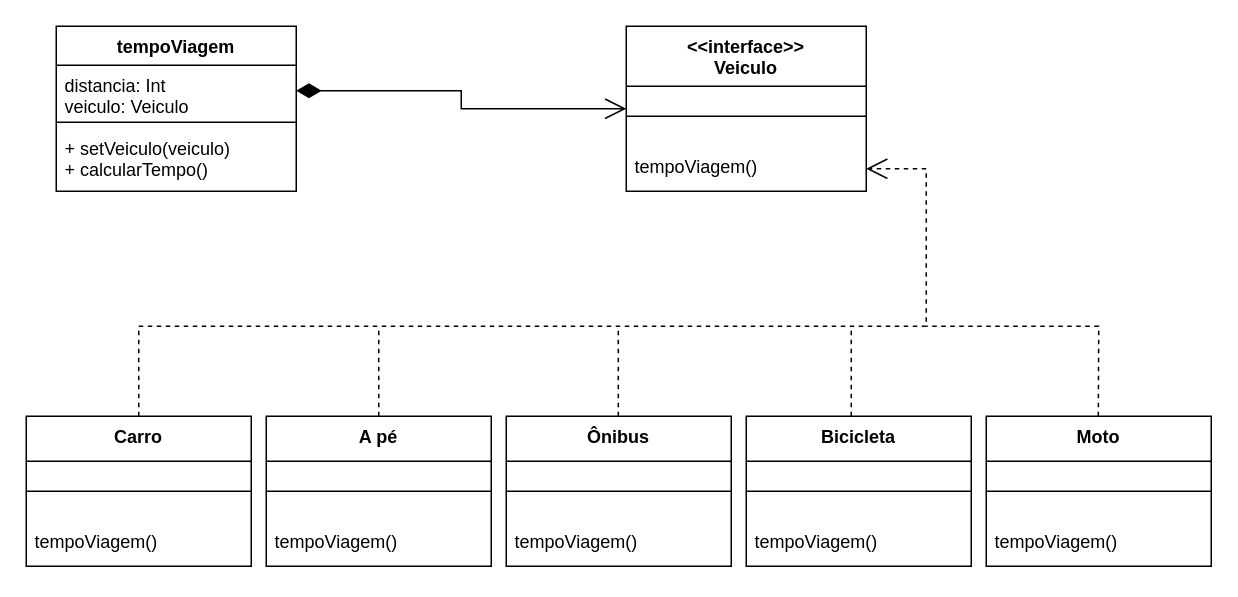
Earlier version of the draw.io diagram DesignPattern/Strategy/Diagram/Strategy.drawio (BozzanoO/Bertotti). Source tidied: cells renumbered, new cells numbered last; positions are measured from the earlier drawing's top-left corner, leaving out a move shared by most shapes. Both pictures are drawn from the tidied source at 150%, with x=0, y=0 at pixel (26, 26).
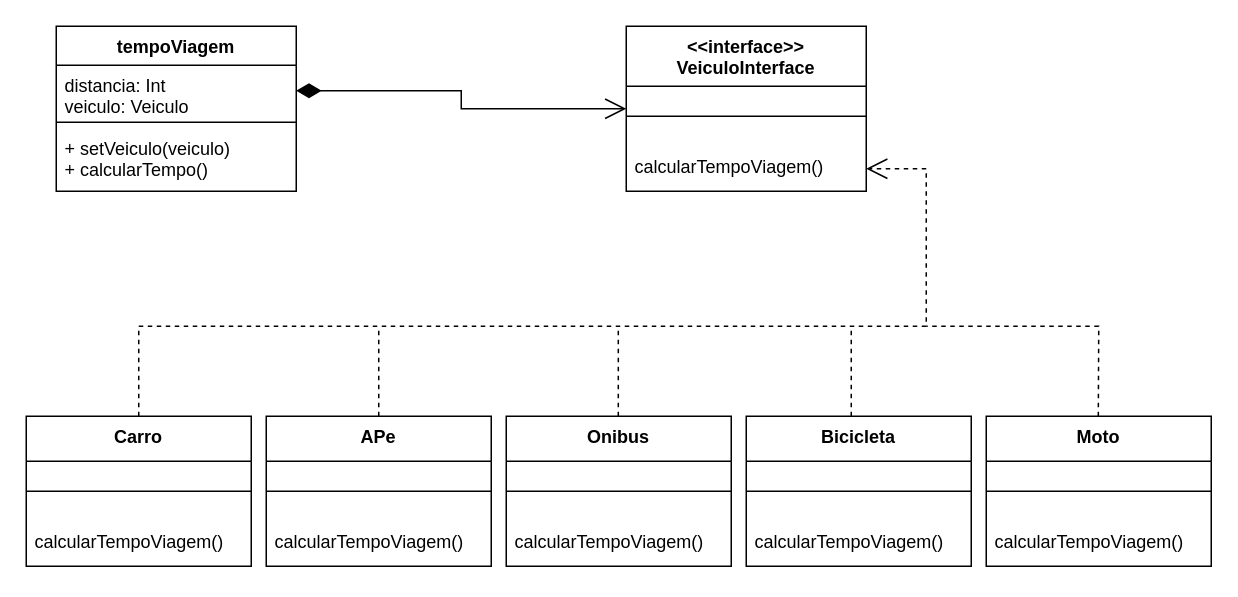
Above is the later version.

Unchanged cells that the change refers to:
```xml
<mxCell id="9" value="Carro" style="swimlane;fontStyle=1;align=center;verticalAlign=top;horizontal=1;startSize=30;whiteSpace=wrap;html=1;" parent="1" vertex="1">
  <mxGeometry y="260" width="150" height="100" as="geometry" />
</mxCell>
<mxCell id="18" value="Bicicleta" style="swimlane;fontStyle=1;align=center;verticalAlign=top;horizontal=1;startSize=30;whiteSpace=wrap;html=1;" parent="1" vertex="1">
  <mxGeometry x="480" y="260" width="150" height="100" as="geometry" />
</mxCell>
<mxCell id="21" value="Moto" style="swimlane;fontStyle=1;align=center;verticalAlign=top;horizontal=1;startSize=30;whiteSpace=wrap;html=1;" parent="1" vertex="1">
  <mxGeometry x="640" y="260" width="150" height="100" as="geometry" />
</mxCell>
```

What changed in the source:
```diff
@@
-    <mxCell id="6" value="&amp;lt;&amp;lt;interface&amp;gt;&amp;gt;&lt;div&gt;Veiculo&lt;/div&gt;" style="swimlane;fontStyle=1;align=center;verticalAlign=top;horizontal=1;startSize=40;whiteSpace=wrap;html=1;" parent="1" vertex="1">
+    <mxCell id="6" value="&amp;lt;&amp;lt;interface&amp;gt;&amp;gt;&lt;div&gt;VeiculoInterface&lt;/div&gt;" style="swimlane;fontStyle=1;align=center;verticalAlign=top;horizontal=1;startSize=40;whiteSpace=wrap;html=1;" parent="1" vertex="1">
       <mxGeometry x="400" width="160" height="110" as="geometry" />
     </mxCell>
@@
-    <mxCell id="8" value="tempoViagem()" style="text;strokeColor=none;fillColor=none;align=left;verticalAlign=top;spacingLeft=4;spacingRight=4;overflow=hidden;points=[[0,0.5],[1,0.5]];portConstraint=eastwest;whiteSpace=wrap;html=1;" parent="6" vertex="1">
+    <mxCell id="8" value="calcularTempoViagem()" style="text;strokeColor=none;fillColor=none;align=left;verticalAlign=top;spacingLeft=4;spacingRight=4;overflow=hidden;points=[[0,0.5],[1,0.5]];portConstraint=eastwest;whiteSpace=wrap;html=1;" parent="6" vertex="1">
       <mxGeometry y="80" width="160" height="30" as="geometry" />
     </mxCell>
@@
-    <mxCell id="11" value="tempoViagem()" style="text;strokeColor=none;fillColor=none;align=left;verticalAlign=top;spacingLeft=4;spacingRight=4;overflow=hidden;whiteSpace=wrap;html=1;" parent="9" vertex="1">
+    <mxCell id="11" value="calcularTempoViagem()" style="text;strokeColor=none;fillColor=none;align=left;verticalAlign=top;spacingLeft=4;spacingRight=4;overflow=hidden;whiteSpace=wrap;html=1;" parent="9" vertex="1">
       <mxGeometry y="70" width="150" height="30" as="geometry" />
     </mxCell>
-    <mxCell id="12" value="A pé" style="swimlane;fontStyle=1;align=center;verticalAlign=top;horizontal=1;startSize=30;whiteSpace=wrap;html=1;" parent="1" vertex="1">
+    <mxCell id="12" value="APe" style="swimlane;fontStyle=1;align=center;verticalAlign=top;horizontal=1;startSize=30;whiteSpace=wrap;html=1;" parent="1" vertex="1">
       <mxGeometry x="160" y="260" width="150" height="100" as="geometry" />
     </mxCell>
@@
-    <mxCell id="14" value="tempoViagem()" style="text;strokeColor=none;fillColor=none;align=left;verticalAlign=top;spacingLeft=4;spacingRight=4;overflow=hidden;whiteSpace=wrap;html=1;" parent="12" vertex="1">
+    <mxCell id="14" value="calcularTempoViagem()" style="text;strokeColor=none;fillColor=none;align=left;verticalAlign=top;spacingLeft=4;spacingRight=4;overflow=hidden;whiteSpace=wrap;html=1;" parent="12" vertex="1">
       <mxGeometry y="70" width="150" height="30" as="geometry" />
     </mxCell>
-    <mxCell id="15" value="Ônibus" style="swimlane;fontStyle=1;align=center;verticalAlign=top;horizontal=1;startSize=30;whiteSpace=wrap;html=1;" parent="1" vertex="1">
+    <mxCell id="15" value="Onibus" style="swimlane;fontStyle=1;align=center;verticalAlign=top;horizontal=1;startSize=30;whiteSpace=wrap;html=1;" parent="1" vertex="1">
       <mxGeometry x="320" y="260" width="150" height="100" as="geometry" />
     </mxCell>
@@
-    <mxCell id="17" value="tempoViagem()" style="text;strokeColor=none;fillColor=none;align=left;verticalAlign=top;spacingLeft=4;spacingRight=4;overflow=hidden;whiteSpace=wrap;html=1;" parent="15" vertex="1">
+    <mxCell id="17" value="calcularTempoViagem()" style="text;strokeColor=none;fillColor=none;align=left;verticalAlign=top;spacingLeft=4;spacingRight=4;overflow=hidden;whiteSpace=wrap;html=1;" parent="15" vertex="1">
       <mxGeometry y="70" width="150" height="30" as="geometry" />
     </mxCell>
@@
-    <mxCell id="20" value="tempoViagem()" style="text;strokeColor=none;fillColor=none;align=left;verticalAlign=top;spacingLeft=4;spacingRight=4;overflow=hidden;whiteSpace=wrap;html=1;" parent="18" vertex="1">
+    <mxCell id="20" value="calcularTempoViagem()" style="text;strokeColor=none;fillColor=none;align=left;verticalAlign=top;spacingLeft=4;spacingRight=4;overflow=hidden;whiteSpace=wrap;html=1;" parent="18" vertex="1">
       <mxGeometry y="70" width="150" height="30" as="geometry" />
     </mxCell>
@@
-    <mxCell id="23" value="tempoViagem()" style="text;strokeColor=none;fillColor=none;align=left;verticalAlign=top;spacingLeft=4;spacingRight=4;overflow=hidden;whiteSpace=wrap;html=1;" parent="21" vertex="1">
+    <mxCell id="23" value="calcularTempoViagem()" style="text;strokeColor=none;fillColor=none;align=left;verticalAlign=top;spacingLeft=4;spacingRight=4;overflow=hidden;whiteSpace=wrap;html=1;" parent="21" vertex="1">
       <mxGeometry y="70" width="150" height="30" as="geometry" />
     </mxCell>
```
